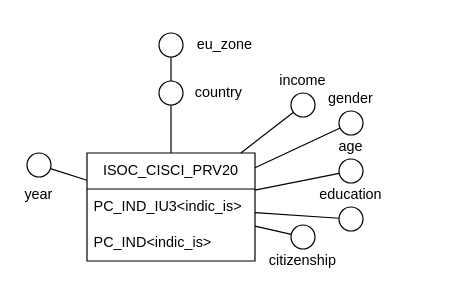
Above: page "isoc_cisci_prv20" (3 of 5) of figures/dfm.drawio in amanfucci/sistemi-informativi (draw.io), before the change. Source tidied: cells renumbered, new cells numbered last; positions are measured from the earlier drawing's top-left corner, leaving out a move shared by most shapes. Both pictures are drawn from the tidied source at 120%, with x=0, y=0 at pixel (20, 32).
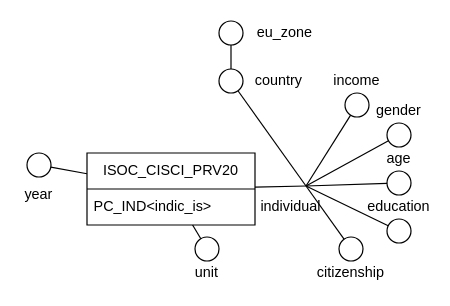
Above is the later version.

What changed in the source:
```diff
@@
-    <mxCell id="2" style="edgeStyle=orthogonalEdgeStyle;rounded=0;jettySize=auto;html=1;endArrow=none;endFill=0;" parent="1" edge="1" source="4" target="8">
+    <mxCell id="2" style="rounded=0;jettySize=auto;html=1;endArrow=none;endFill=0;exitX=0.75;exitY=0;exitDx=0;exitDy=0;" parent="1" edge="1" source="29" target="8">
       <mxGeometry relative="1" as="geometry" />
     </mxCell>
@@
     <mxCell id="4" value="ISOC_CISCI_PRV20" style="swimlane;fontStyle=0;horizontal=1;startSize=30;whiteSpace=wrap;html=1;" parent="1" vertex="1">
-      <mxGeometry x="55" y="100" width="140" height="90" as="geometry" />
+      <mxGeometry x="55" y="100" width="140" height="60" as="geometry" />
     </mxCell>
-    <mxCell id="5" value="PC_IND_IU3&amp;lt;indic_is&amp;gt;" style="text;strokeColor=none;fillColor=none;align=left;verticalAlign=middle;spacingLeft=4;spacingRight=4;overflow=hidden;whiteSpace=wrap;html=1;" parent="4" vertex="1">
-      <mxGeometry y="30" width="140" height="30" as="geometry" />
-    </mxCell>
     <mxCell id="6" value="PC_IND&amp;lt;indic_is&amp;gt;" style="text;strokeColor=none;fillColor=none;align=left;verticalAlign=middle;spacingLeft=4;spacingRight=4;overflow=hidden;whiteSpace=wrap;html=1;" parent="4" vertex="1">
-      <mxGeometry y="60" width="140" height="30" as="geometry" />
+      <mxGeometry y="30" width="140" height="30" as="geometry" />
     </mxCell>
@@
     <mxCell id="8" style="ellipse;whiteSpace=wrap;html=1;" parent="1" vertex="1">
-      <mxGeometry x="115" y="40" width="20" height="20" as="geometry" />
+      <mxGeometry x="165" y="30" width="20" height="20" as="geometry" />
     </mxCell>
@@
     <mxCell id="10" value="country" style="text;html=1;whiteSpace=wrap;strokeColor=none;fillColor=none;align=center;verticalAlign=middle;rounded=0;" parent="1" vertex="1">
-      <mxGeometry x="150" y="40" width="30" height="20" as="geometry" />
+      <mxGeometry x="200" y="30" width="30" height="20" as="geometry" />
     </mxCell>
     <mxCell id="11" style="ellipse;whiteSpace=wrap;html=1;" parent="1" vertex="1">
-      <mxGeometry x="115" width="20" height="20" as="geometry" />
+      <mxGeometry x="165" y="-10" width="20" height="20" as="geometry" />
     </mxCell>
     <mxCell id="12" value="eu_zone" style="text;html=1;whiteSpace=wrap;strokeColor=none;fillColor=none;align=center;verticalAlign=middle;rounded=0;" parent="1" vertex="1">
-      <mxGeometry x="155" width="30" height="20" as="geometry" />
+      <mxGeometry x="205" y="-10" width="30" height="20" as="geometry" />
     </mxCell>
@@
     <mxCell id="14" style="ellipse;whiteSpace=wrap;html=1;" parent="1" vertex="1">
-      <mxGeometry x="265" y="65" width="20" height="20" as="geometry" />
+      <mxGeometry x="305" y="75" width="20" height="20" as="geometry" />
     </mxCell>
     <mxCell id="15" style="ellipse;whiteSpace=wrap;html=1;" parent="1" vertex="1">
-      <mxGeometry x="265" y="105" width="20" height="20" as="geometry" />
+      <mxGeometry x="305" y="115" width="20" height="20" as="geometry" />
     </mxCell>
     <mxCell id="16" style="ellipse;whiteSpace=wrap;html=1;" parent="1" vertex="1">
-      <mxGeometry x="265" y="145" width="20" height="20" as="geometry" />
+      <mxGeometry x="305" y="155" width="20" height="20" as="geometry" />
     </mxCell>
-    <mxCell id="17" style="endArrow=none;html=1;rounded=0;" parent="1" edge="1" source="4" target="14">
+    <mxCell id="17" style="endArrow=none;html=1;rounded=0;exitX=0.75;exitY=0;exitDx=0;exitDy=0;" parent="1" edge="1" source="29" target="14">
       <mxGeometry relative="1" as="geometry" />
     </mxCell>
-    <mxCell id="18" style="endArrow=none;html=1;rounded=0;" parent="1" edge="1" source="4" target="15">
+    <mxCell id="18" style="endArrow=none;html=1;rounded=0;exitX=0.75;exitY=0;exitDx=0;exitDy=0;" parent="1" edge="1" source="29" target="15">
       <mxGeometry relative="1" as="geometry" />
     </mxCell>
-    <mxCell id="19" style="endArrow=none;html=1;rounded=0;" parent="1" edge="1" source="16" target="4">
+    <mxCell id="19" style="endArrow=none;html=1;rounded=0;entryX=0.75;entryY=0;entryDx=0;entryDy=0;" parent="1" edge="1" source="16" target="29">
       <mxGeometry relative="1" as="geometry" />
     </mxCell>
     <mxCell id="20" value="gender" style="text;html=1;whiteSpace=wrap;strokeColor=none;fillColor=none;align=center;verticalAlign=middle;rounded=0;" parent="1" vertex="1">
-      <mxGeometry x="260" y="45" width="30" height="20" as="geometry" />
+      <mxGeometry x="300" y="55" width="30" height="20" as="geometry" />
     </mxCell>
     <mxCell id="21" value="age" style="text;html=1;whiteSpace=wrap;strokeColor=none;fillColor=none;align=center;verticalAlign=middle;rounded=0;" parent="1" vertex="1">
-      <mxGeometry x="260" y="85" width="30" height="20" as="geometry" />
+      <mxGeometry x="300" y="95" width="30" height="20" as="geometry" />
     </mxCell>
     <mxCell id="22" value="education" style="text;html=1;whiteSpace=wrap;strokeColor=none;fillColor=none;align=center;verticalAlign=middle;rounded=0;" parent="1" vertex="1">
-      <mxGeometry x="260" y="125" width="30" height="20" as="geometry" />
+      <mxGeometry x="300" y="135" width="30" height="20" as="geometry" />
     </mxCell>
     <mxCell id="23" style="ellipse;whiteSpace=wrap;html=1;" parent="1" vertex="1">
-      <mxGeometry x="225" y="50" width="20" height="20" as="geometry" />
+      <mxGeometry x="270" y="50" width="20" height="20" as="geometry" />
     </mxCell>
     <mxCell id="24" value="income" style="text;html=1;whiteSpace=wrap;strokeColor=none;fillColor=none;align=center;verticalAlign=middle;rounded=0;" parent="1" vertex="1">
-      <mxGeometry x="220" y="30" width="30" height="20" as="geometry" />
+      <mxGeometry x="265" y="30" width="30" height="20" as="geometry" />
     </mxCell>
     <mxCell id="25" style="ellipse;whiteSpace=wrap;html=1;" parent="1" vertex="1">
-      <mxGeometry x="225" y="160" width="20" height="20" as="geometry" />
+      <mxGeometry x="265" y="170" width="20" height="20" as="geometry" />
     </mxCell>
     <mxCell id="26" value="citizenship" style="text;html=1;whiteSpace=wrap;strokeColor=none;fillColor=none;align=center;verticalAlign=middle;rounded=0;" parent="1" vertex="1">
-      <mxGeometry x="220" y="180" width="30" height="20" as="geometry" />
+      <mxGeometry x="260" y="190" width="30" height="20" as="geometry" />
     </mxCell>
-    <mxCell id="27" style="endArrow=none;html=1;rounded=0;" parent="1" edge="1" source="4" target="23">
+    <mxCell id="27" style="endArrow=none;html=1;rounded=0;exitX=0.75;exitY=0;exitDx=0;exitDy=0;" parent="1" edge="1" source="29" target="23">
       <mxGeometry relative="1" as="geometry" />
     </mxCell>
-    <mxCell id="28" style="endArrow=none;html=1;rounded=0;" parent="1" edge="1" source="25" target="4">
+    <mxCell id="28" style="endArrow=none;html=1;rounded=0;entryX=0.75;entryY=0;entryDx=0;entryDy=0;" parent="1" edge="1" source="25" target="29">
       <mxGeometry relative="1" as="geometry" />
     </mxCell>
+    <mxCell id="29" value="individual" style="text;html=1;whiteSpace=wrap;strokeColor=none;fillColor=none;align=center;verticalAlign=middle;rounded=0;" parent="1" vertex="1">
+      <mxGeometry x="200" y="127.5" width="50" height="35" as="geometry" />
+    </mxCell>
+    <mxCell id="30" value="unit" style="text;html=1;whiteSpace=wrap;strokeColor=none;fillColor=none;align=center;verticalAlign=middle;rounded=0;" parent="1" vertex="1">
+      <mxGeometry x="140" y="190" width="30" height="20" as="geometry" />
+    </mxCell>
+    <mxCell id="31" style="ellipse;whiteSpace=wrap;html=1;" parent="1" vertex="1">
+      <mxGeometry x="145" y="170" width="20" height="20" as="geometry" />
+    </mxCell>
+    <mxCell id="32" style="endArrow=none;html=1;rounded=0;" parent="1" edge="1" source="4" target="31">
+      <mxGeometry relative="1" as="geometry" />
+    </mxCell>
+    <mxCell id="33" style="rounded=0;jettySize=auto;html=1;entryX=0.75;entryY=0;entryDx=0;entryDy=0;endArrow=none;endFill=0;" parent="1" edge="1" source="4" target="29">
+      <mxGeometry relative="1" as="geometry" />
+    </mxCell>
```
